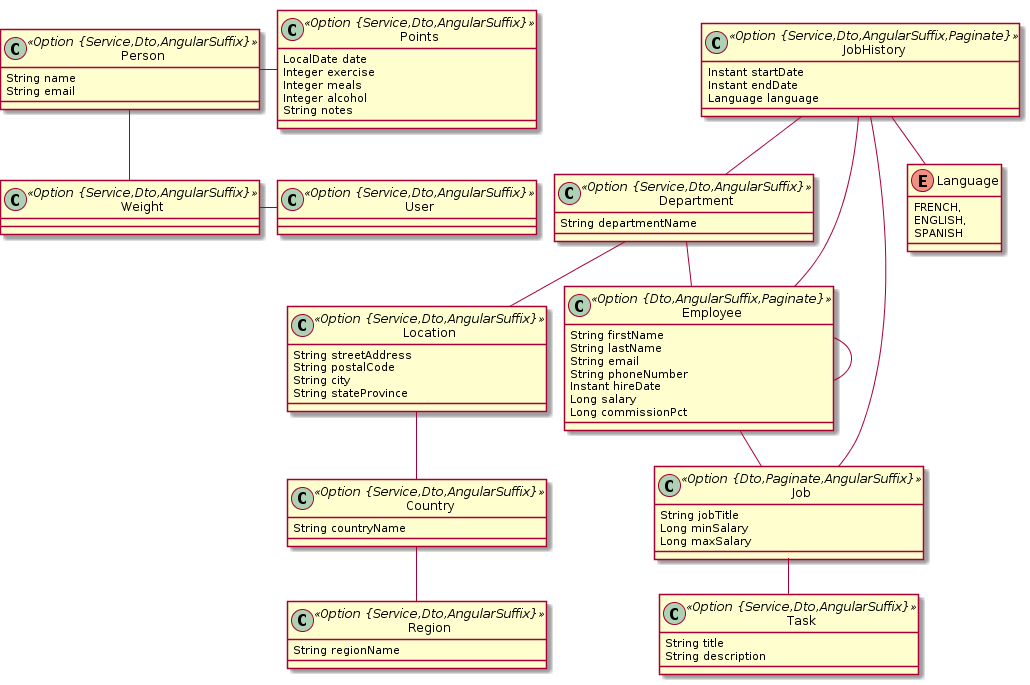
Earlier version of the PlantUML export src/model/model.png (AvaRcoL/21-points). Source of this version:
```plantuml
@startuml
	!pragma graphviz_dot jdot
	!pragma syntax class
	class Person <<Option {Service,Dto,AngularSuffix}>> {
		String name
		String email
	}
	class Points <<Option {Service,Dto,AngularSuffix}>> {
		LocalDate date
		Integer exercise
		Integer meals
		Integer alcohol
		String notes
	}
	class Weight <<Option {Service,Dto,AngularSuffix}>> {
	}
	class Region <<Option {Service,Dto,AngularSuffix}>> {
		String regionName
	}
	class Country <<Option {Service,Dto,AngularSuffix}>> {
		String countryName
	}
	class Location <<Option {Service,Dto,AngularSuffix}>> {
		String streetAddress
		String postalCode
		String city
		String stateProvince
	}
	class Department <<Option {Service,Dto,AngularSuffix}>> {
		String departmentName
	}
	class Task <<Option {Service,Dto,AngularSuffix}>> {
		String title
		String description
	}
	class Employee <<Option {Dto,AngularSuffix,Paginate}>> {
		String firstName
		String lastName
		String email
		String phoneNumber
		Instant hireDate
		Long salary
		Long commissionPct
	}
	class Job <<Option {Dto,Paginate,AngularSuffix}>> {
		String jobTitle
		Long minSalary
		Long maxSalary
	}
	class JobHistory <<Option {Service,Dto,AngularSuffix,Paginate}>> {
		Instant startDate
		Instant endDate
		Language language
	}
	JobHistory ..> Language
	enum Language {
		FRENCH,
		ENGLISH,
		SPANISH
	}
	Country  "region 0..1 " -- "0..1 "  Region
	Location  "country 0..1 " -- "0..1 "  Country
	Department  "location 0..1 " -- "0..1 "  Location
	Job  "task(title) 0..* " o--o "job 0..* "  Task
	Employee  "job 0..1 " --o "0..* "  Job
	Department  "employee 0..1 " --o "0..* "  Employee
	Employee  "manager 0..* " o-- "0..1 "  Employee
	JobHistory  "job 0..1 " -- "0..1 "  Job
	JobHistory  "department 0..1 " -- "0..1 "  Department
	JobHistory  "employee 0..1 " -- "0..1 "  Employee
	class User <<Option {Service,Dto,AngularSuffix}>> {
	}
@enduml
```
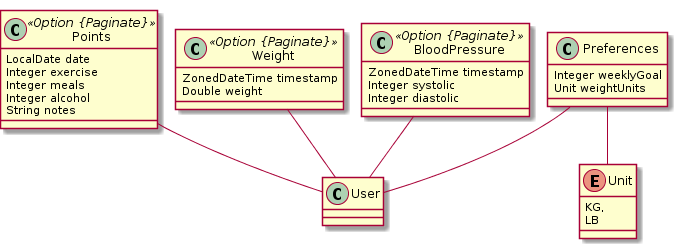
Later version of the same file.

The edit, as a diff of the source:
```diff
@@ -1,73 +1,35 @@
 @startuml
 	!pragma graphviz_dot jdot
 	!pragma syntax class
-	class Person <<Option {Service,Dto,AngularSuffix}>> {
-		String name
-		String email
-	}
-	class Points <<Option {Service,Dto,AngularSuffix}>> {
+	class Points <<Option {Paginate}>> {
 		LocalDate date
 		Integer exercise
 		Integer meals
 		Integer alcohol
 		String notes
 	}
-	class Weight <<Option {Service,Dto,AngularSuffix}>> {
+	class Weight <<Option {Paginate}>> {
+		ZonedDateTime timestamp
+		Double weight
 	}
-	class Region <<Option {Service,Dto,AngularSuffix}>> {
-		String regionName
+	class Preferences  {
+		Integer weeklyGoal
+		Unit weightUnits
 	}
-	class Country <<Option {Service,Dto,AngularSuffix}>> {
-		String countryName
+	Preferences ..> Unit
+	class BloodPressure <<Option {Paginate}>> {
+		ZonedDateTime timestamp
+		Integer systolic
+		Integer diastolic
 	}
-	class Location <<Option {Service,Dto,AngularSuffix}>> {
-		String streetAddress
-		String postalCode
-		String city
-		String stateProvince
+	enum Unit {
+		KG,
+		LB
 	}
-	class Department <<Option {Service,Dto,AngularSuffix}>> {
-		String departmentName
-	}
-	class Task <<Option {Service,Dto,AngularSuffix}>> {
-		String title
-		String description
-	}
-	class Employee <<Option {Dto,AngularSuffix,Paginate}>> {
-		String firstName
-		String lastName
-		String email
-		String phoneNumber
-		Instant hireDate
-		Long salary
-		Long commissionPct
-	}
-	class Job <<Option {Dto,Paginate,AngularSuffix}>> {
-		String jobTitle
-		Long minSalary
-		Long maxSalary
-	}
-	class JobHistory <<Option {Service,Dto,AngularSuffix,Paginate}>> {
-		Instant startDate
-		Instant endDate
-		Language language
-	}
-	JobHistory ..> Language
-	enum Language {
-		FRENCH,
-		ENGLISH,
-		SPANISH
-	}
-	Country  "region 0..1 " -- "0..1 "  Region
-	Location  "country 0..1 " -- "0..1 "  Country
-	Department  "location 0..1 " -- "0..1 "  Location
-	Job  "task(title) 0..* " o--o "job 0..* "  Task
-	Employee  "job 0..1 " --o "0..* "  Job
-	Department  "employee 0..1 " --o "0..* "  Employee
-	Employee  "manager 0..* " o-- "0..1 "  Employee
-	JobHistory  "job 0..1 " -- "0..1 "  Job
-	JobHistory  "department 0..1 " -- "0..1 "  Department
-	JobHistory  "employee 0..1 " -- "0..1 "  Employee
-	class User <<Option {Service,Dto,AngularSuffix}>> {
+	Preferences  "user 0..1 " -- "0..1 "  User
+	Points  "user 0..* " o-- "0..1 "  User
+	Weight  "user 0..* " o-- "0..1 "  User
+	BloodPressure  "user 0..* " o-- "0..1 "  User
+	class User  {
 	}
 @enduml
```
